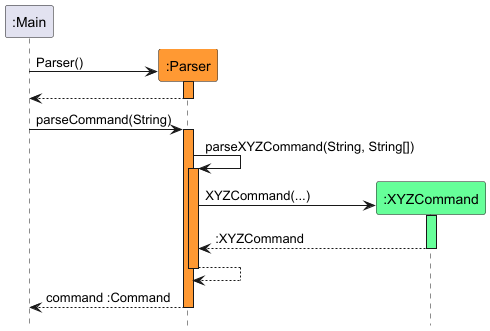
This is docs/images/CommandParsingSequenceDiagram.png from nus-cs2113-AY2425S1/tp, a PlantUML export, as it was before one commit. Source of this version:
```plantuml
@startuml
!include style.puml
hide footbox

participant ":Main" as main
participant ":Parser"  as parser PARSER_COLOUR
participant ":XYZCommand" as xyzCommand COMMAND_COLOUR

create parser
main -> parser : Parser()
activate parser PARSER_COLOUR
return

main -> parser : parseCommand(String)
activate parser PARSER_COLOUR

parser -> parser : parseXYZCommand(String, String[])
activate parser PARSER_COLOUR

create xyzCommand
parser -> xyzCommand : XYZCommand(...)
activate xyzCommand COMMAND_COLOUR
return :XYZCommand
return

parser --> main : command :Command
deactivate parser

@enduml
```
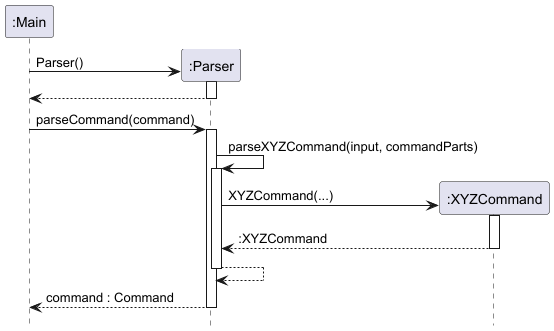
The same diagram one commit later.

The edit, as a diff of the source:
```diff
@@ -3,27 +3,27 @@
 hide footbox
 
 participant ":Main" as main
-participant ":Parser"  as parser PARSER_COLOUR
-participant ":XYZCommand" as xyzCommand COMMAND_COLOUR
+participant ":Parser"  as parser
+participant ":XYZCommand" as xyzCommand
 
 create parser
 main -> parser : Parser()
-activate parser PARSER_COLOUR
+activate parser
 return
 
-main -> parser : parseCommand(String)
-activate parser PARSER_COLOUR
+main -> parser : parseCommand(command)
+activate parser
 
-parser -> parser : parseXYZCommand(String, String[])
-activate parser PARSER_COLOUR
+parser -> parser : parseXYZCommand(input, commandParts)
+activate parser
 
 create xyzCommand
 parser -> xyzCommand : XYZCommand(...)
-activate xyzCommand COMMAND_COLOUR
+activate xyzCommand
 return :XYZCommand
 return
 
-parser --> main : command :Command
+parser --> main : command : Command
 deactivate parser
 
 @enduml
```
